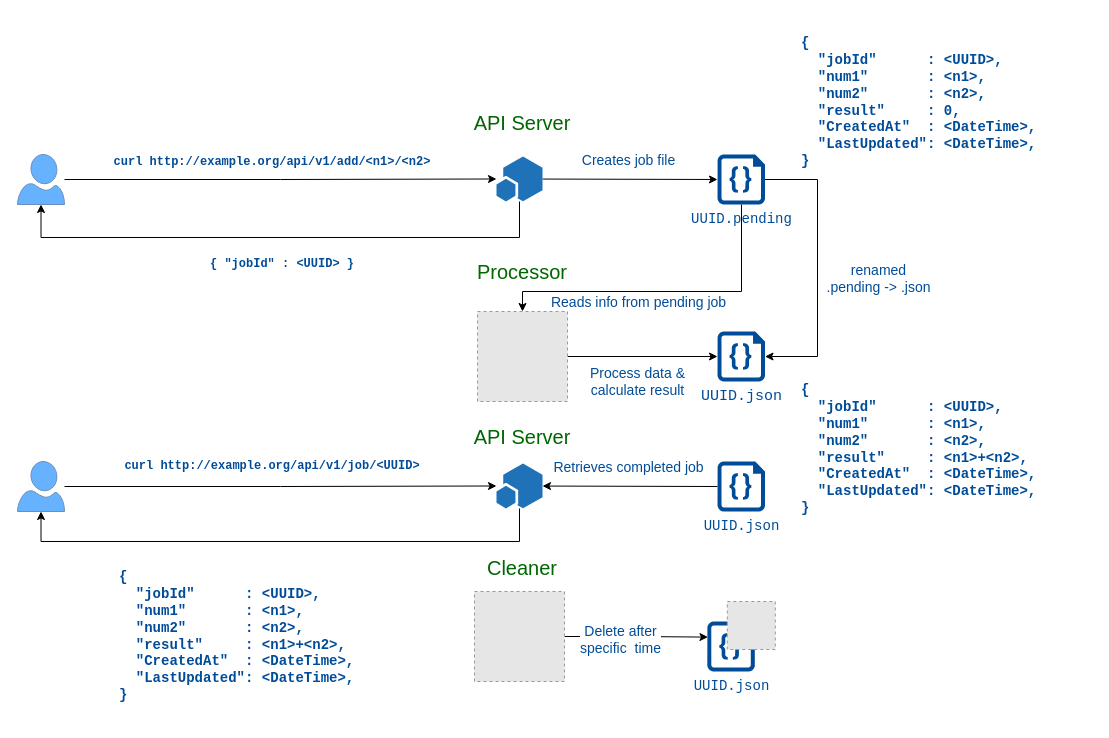
Earlier version of the draw.io diagram docs/go-queue.drawio (onthedock/go-queue). Source tidied: cells renumbered, new cells numbered last; positions are measured from the earlier drawing's top-left corner, leaving out a move shared by most shapes. Both pictures are drawn from the tidied source at 100%, with x=0, y=0 at pixel (17, 17). Pictures stored in the file or linked from it are replaced by grey dashed boxes.
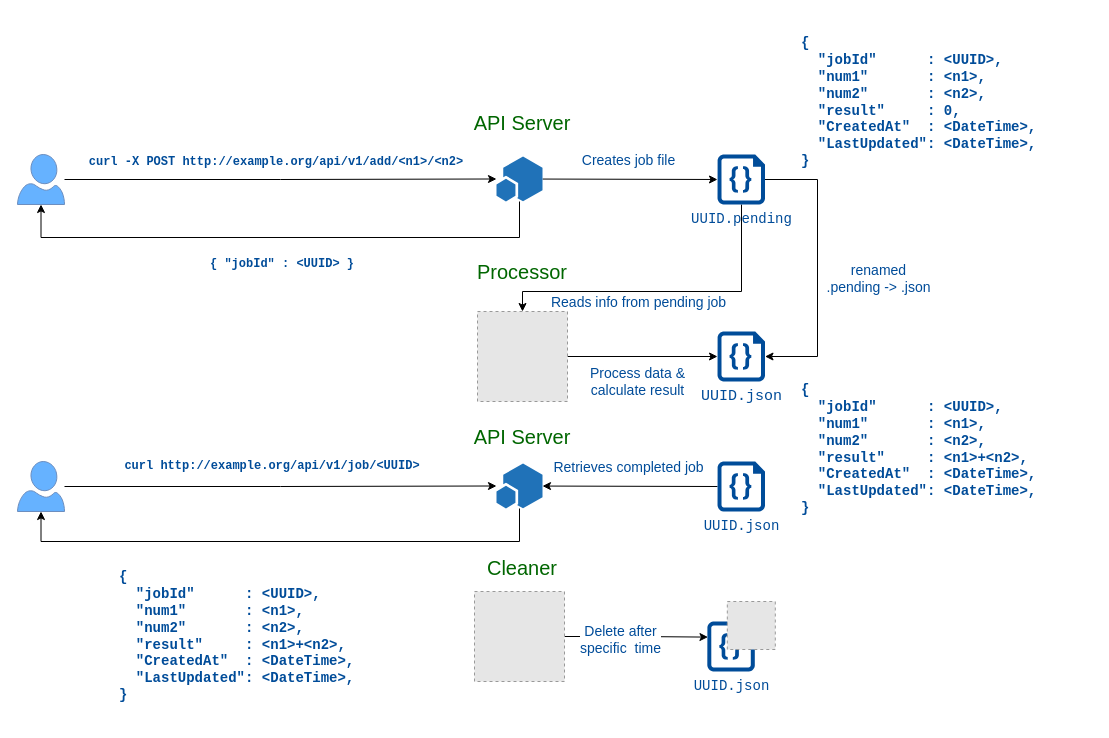
Above is the later version.

The edit, as a diff of the source:
```diff
@@
-    <mxCell id="18" value="curl http://example.org/api/v1/add/&amp;lt;n1&amp;gt;/&amp;lt;n2&amp;gt;" style="text;html=1;strokeColor=none;fillColor=none;align=center;verticalAlign=middle;whiteSpace=wrap;rounded=0;fontColor=#004C99;fontFamily=Courier New;fontStyle=1;" parent="1" vertex="1">
-      <mxGeometry x="90" y="130" width="330" height="30" as="geometry" />
+    <mxCell id="18" value="curl -X POST http://example.org/api/v1/add/&amp;lt;n1&amp;gt;/&amp;lt;n2&amp;gt;" style="text;html=1;strokeColor=none;fillColor=none;align=center;verticalAlign=middle;whiteSpace=wrap;rounded=0;fontColor=#004C99;fontFamily=Courier New;fontStyle=1;" parent="1" vertex="1">
+      <mxGeometry x="64" y="130" width="390" height="30" as="geometry" />
     </mxCell>
```
